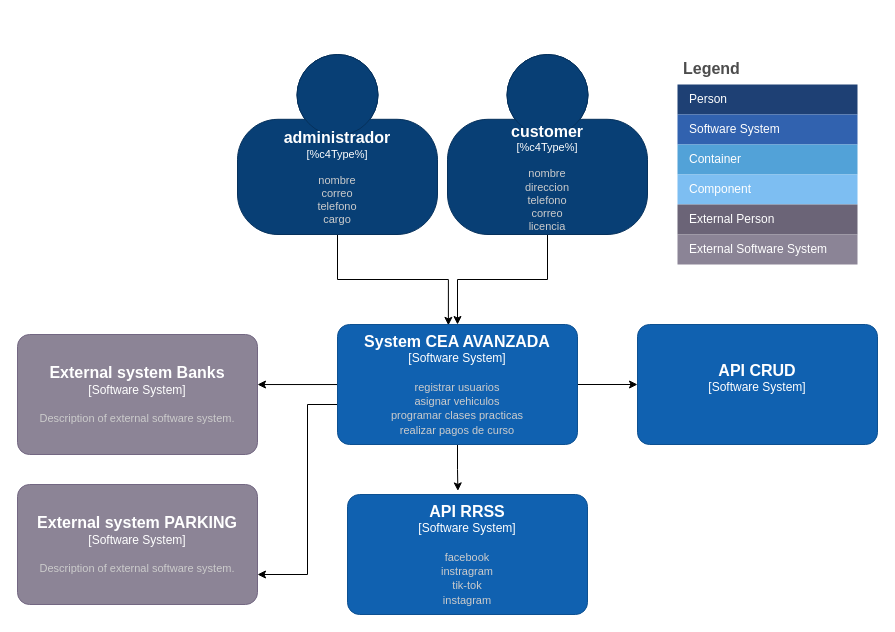
Earlier version of the draw.io diagram app/CEA.drawio (Jesus0823/juego_trivia). Source tidied: cells renumbered, new cells numbered last; positions are measured from the earlier drawing's top-left corner, leaving out a move shared by most shapes. Both pictures are drawn from the tidied source at 100%, with x=0, y=0 at pixel (17, 54).
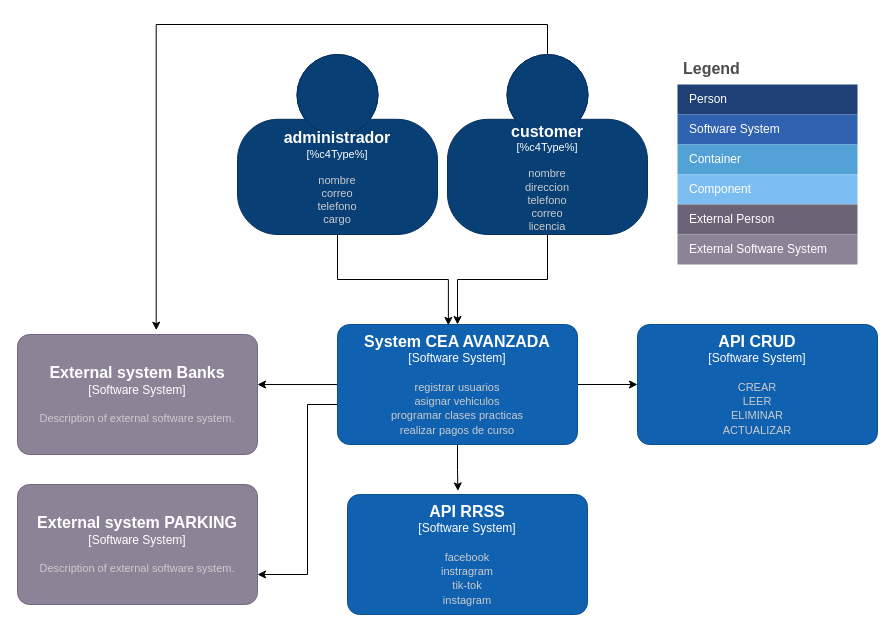
The same page after the edit.

Unchanged cells that the change refers to:
```xml
<object id="4" label="&lt;font style=&quot;font-size: 16px&quot;&gt;&lt;b&gt;%c4Name%&lt;/b&gt;&lt;/font&gt;&lt;div&gt;[%c4Type%]&lt;/div&gt;&lt;br&gt;&lt;div&gt;&lt;font style=&quot;font-size: 11px&quot;&gt;&lt;font color=&quot;#cccccc&quot;&gt;%c4Description%&lt;/font&gt;&lt;/div&gt;" c4Description="Description of external software system." c4Name="External system Banks" c4Type="Software System" placeholders="1">
  <mxCell style="rounded=1;whiteSpace=wrap;html=1;labelBackgroundColor=none;fillColor=#8C8496;fontColor=#ffffff;align=center;arcSize=10;strokeColor=#736782;points=[[0.25,0,0],[0.5,0,0],[0.75,0,0],[1,0.25,0],[1,0.5,0],[1,0.75,0],[0.75,1,0],[0.5,1,0],[0.25,1,0],[0,0.75,0],[0,0.5,0],[0,0.25,0]];" parent="1" vertex="1">
    <mxGeometry y="280" width="240" height="120" as="geometry" />
  </mxCell>
</object>
<object id="26" label="&lt;font style=&quot;font-size: 16px&quot;&gt;&lt;b&gt;%c4Name%&lt;/b&gt;&lt;/font&gt;&lt;div&gt;[%c4Type%]&lt;/div&gt;&lt;br&gt;&lt;div&gt;&lt;font style=&quot;font-size: 11px&quot;&gt;&lt;font color=&quot;#cccccc&quot;&gt;%c4Description%&lt;/font&gt;&lt;/div&gt;" c4Description="nombre &#10;direccion&#10;telefono&#10;correo&#10;licencia" c4Name="customer" placeholders="1">
  <mxCell style="html=1;fontSize=11;dashed=0;whiteSpace=wrap;fillColor=#083F75;strokeColor=#06315C;fontColor=#ffffff;shape=mxgraph.c4.person2;align=center;points=[[0.5,0,0],[1,0.5,0],[1,0.75,0],[0.75,1,0],[0.5,1,0],[0.25,1,0],[0,0.75,0],[0,0.5,0]];" parent="1" vertex="1">
    <mxGeometry x="430" width="200" height="180" as="geometry" />
  </mxCell>
</object>
```

Change to the diagram source:
```diff
@@
+    <mxCell id="28" style="edgeStyle=orthogonalEdgeStyle;rounded=0;jettySize=auto;html=1;entryX=0.578;entryY=-0.036;entryDx=0;entryDy=0;entryPerimeter=0;" parent="1" edge="1" source="26" target="4">
+      <mxGeometry relative="1" as="geometry">
+        <Array as="points">
+          <mxPoint x="530" y="-30" />
+          <mxPoint x="139" y="-30" />
+        </Array>
+      </mxGeometry>
+    </mxCell>
@@
-    <object id="27" label="&lt;font style=&quot;font-size: 16px&quot;&gt;&lt;b&gt;%c4Name%&lt;/b&gt;&lt;/font&gt;&lt;div&gt;[%c4Type%]&lt;/div&gt;&lt;br&gt;&lt;div&gt;&lt;font style=&quot;font-size: 11px&quot;&gt;&lt;font color=&quot;#cccccc&quot;&gt;%c4Description%&lt;/font&gt;&lt;/div&gt;" c4Description="" c4Name="API CRUD" c4Type="Software System" placeholders="1">
+    <object id="27" label="&lt;font style=&quot;font-size: 16px&quot;&gt;&lt;b&gt;%c4Name%&lt;/b&gt;&lt;/font&gt;&lt;div&gt;[%c4Type%]&lt;/div&gt;&lt;br&gt;&lt;div&gt;&lt;font style=&quot;font-size: 11px&quot;&gt;&lt;font color=&quot;#cccccc&quot;&gt;%c4Description%&lt;/font&gt;&lt;/div&gt;" c4Description="CREAR&#10;LEER&#10;ELIMINAR&#10;ACTUALIZAR&#10;" c4Name="API CRUD" c4Type="Software System" placeholders="1">
       <mxCell style="rounded=1;whiteSpace=wrap;html=1;labelBackgroundColor=none;fillColor=#1061B0;fontColor=#ffffff;align=center;arcSize=10;strokeColor=#0D5091;points=[[0.25,0,0],[0.5,0,0],[0.75,0,0],[1,0.25,0],[1,0.5,0],[1,0.75,0],[0.75,1,0],[0.5,1,0],[0.25,1,0],[0,0.75,0],[0,0.5,0],[0,0.25,0]];" parent="1" vertex="1">
         <mxGeometry x="620" y="270" width="240" height="120" as="geometry" />
       </mxCell>
     </object>
```
